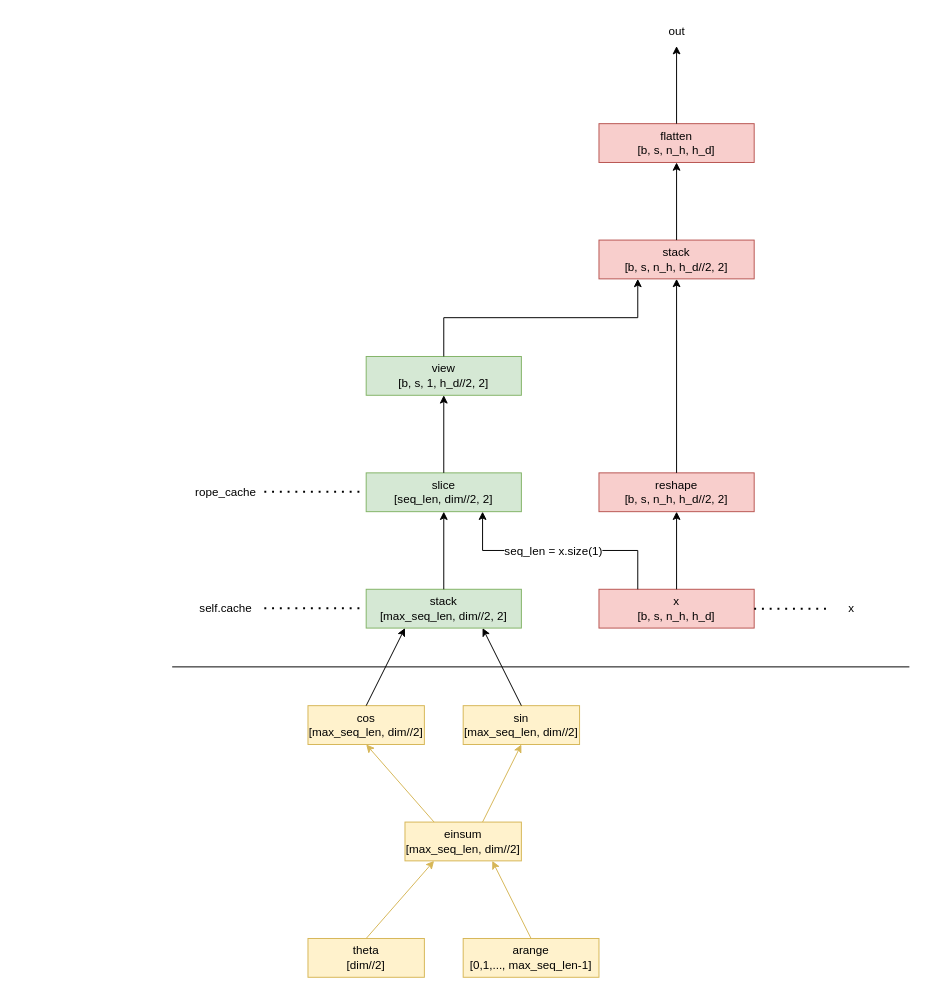
Above: rope.drawio in alanzhai219/dive_into_framework (draw.io), before the change. Source tidied: cells renumbered, new cells numbered last; positions are measured from the earlier drawing's top-left corner, leaving out a move shared by most shapes. Both pictures are drawn from the tidied source at 97%, with x=0, y=0 at pixel (172, 16).
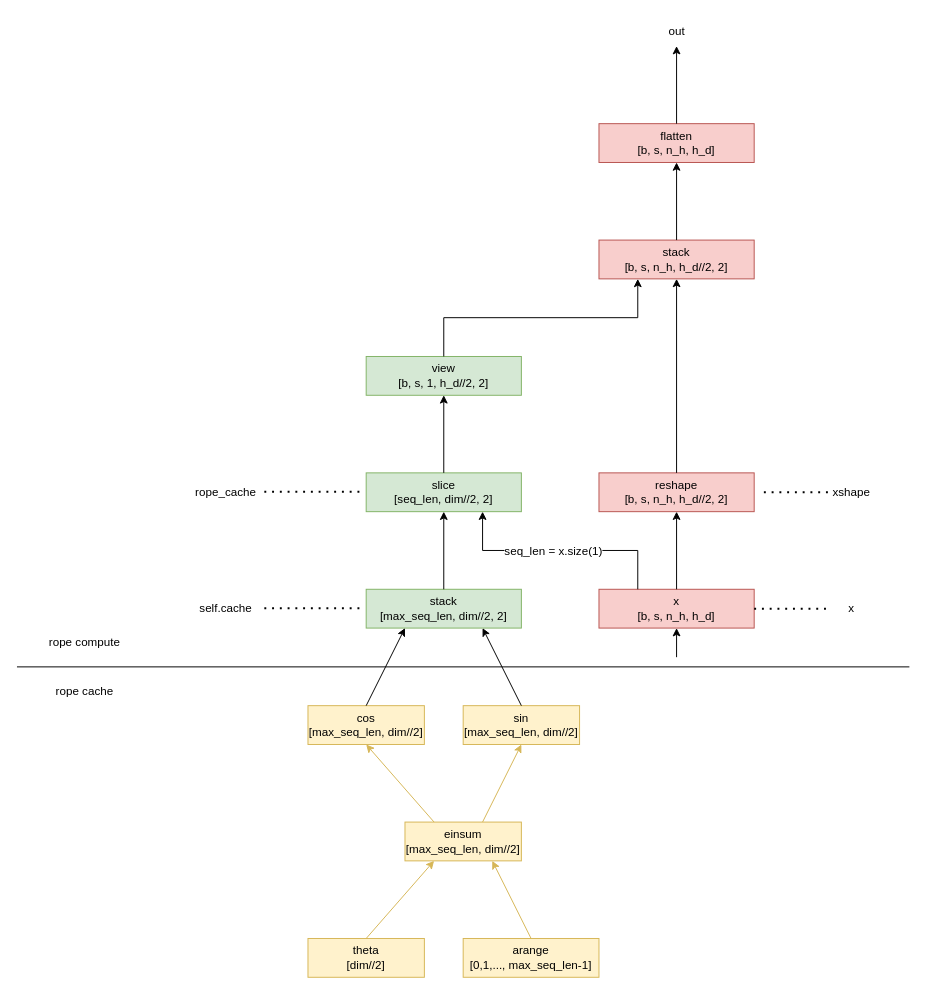
After the change.

The edit, as a diff of the source:
```diff
@@
     <mxCell id="34" style="endArrow=none;html=1;rounded=0;" parent="1" edge="1">
       <mxGeometry relative="1" as="geometry">
-        <mxPoint y="670" as="sourcePoint" />
+        <mxPoint x="-160" y="670" as="sourcePoint" />
         <mxPoint x="760" y="670" as="targetPoint" />
       </mxGeometry>
     </mxCell>
@@
+    <mxCell id="37" style="endArrow=none;dashed=1;html=1;dashPattern=1 3;strokeWidth=2;rounded=0;" parent="1" edge="1">
+      <mxGeometry relative="1" as="geometry">
+        <mxPoint x="610" y="490" as="sourcePoint" />
+        <mxPoint x="680" y="490" as="targetPoint" />
+      </mxGeometry>
+    </mxCell>
+    <mxCell id="38" value="xshape" style="text;html=1;align=center;verticalAlign=middle;strokeColor=none;fillColor=none;" parent="1" vertex="1">
+      <mxGeometry x="670" y="475" width="60" height="30" as="geometry" />
+    </mxCell>
+    <mxCell id="39" style="endArrow=classic;html=1;rounded=0;" parent="1" edge="1">
+      <mxGeometry relative="1" as="geometry">
+        <mxPoint x="520" y="660" as="sourcePoint" />
+        <mxPoint x="520" y="630" as="targetPoint" />
+      </mxGeometry>
+    </mxCell>
+    <mxCell id="40" value="rope compute" style="text;html=1;align=center;verticalAlign=middle;whiteSpace=wrap;rounded=0;" parent="1" vertex="1">
+      <mxGeometry x="-150" y="630" width="120" height="30" as="geometry" />
+    </mxCell>
+    <mxCell id="41" value="rope cache" style="text;html=1;align=center;verticalAlign=middle;whiteSpace=wrap;rounded=0;" parent="1" vertex="1">
+      <mxGeometry x="-150" y="680" width="120" height="30" as="geometry" />
+    </mxCell>
```
